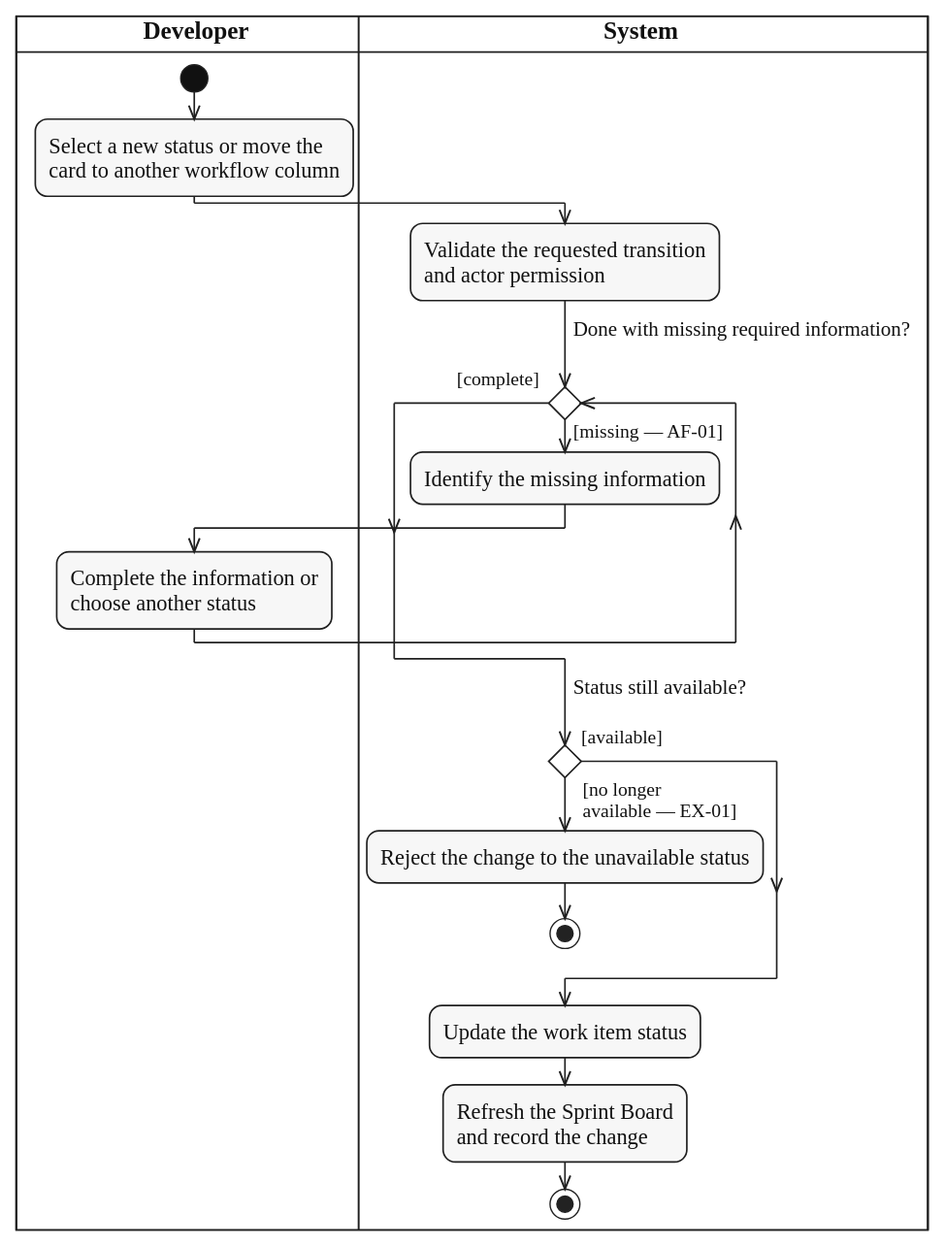
The PlantUML diagram diagrams/activity/sprint-work/svg/UC-WORK-ITEM-STATUS-UPDATE.svg in lukenab/swd392-doc-automation, before a commit. Its source is kept beside it as diagrams/activity/sprint-work/source/UC-WORK-ITEM-STATUS-UPDATE.puml.
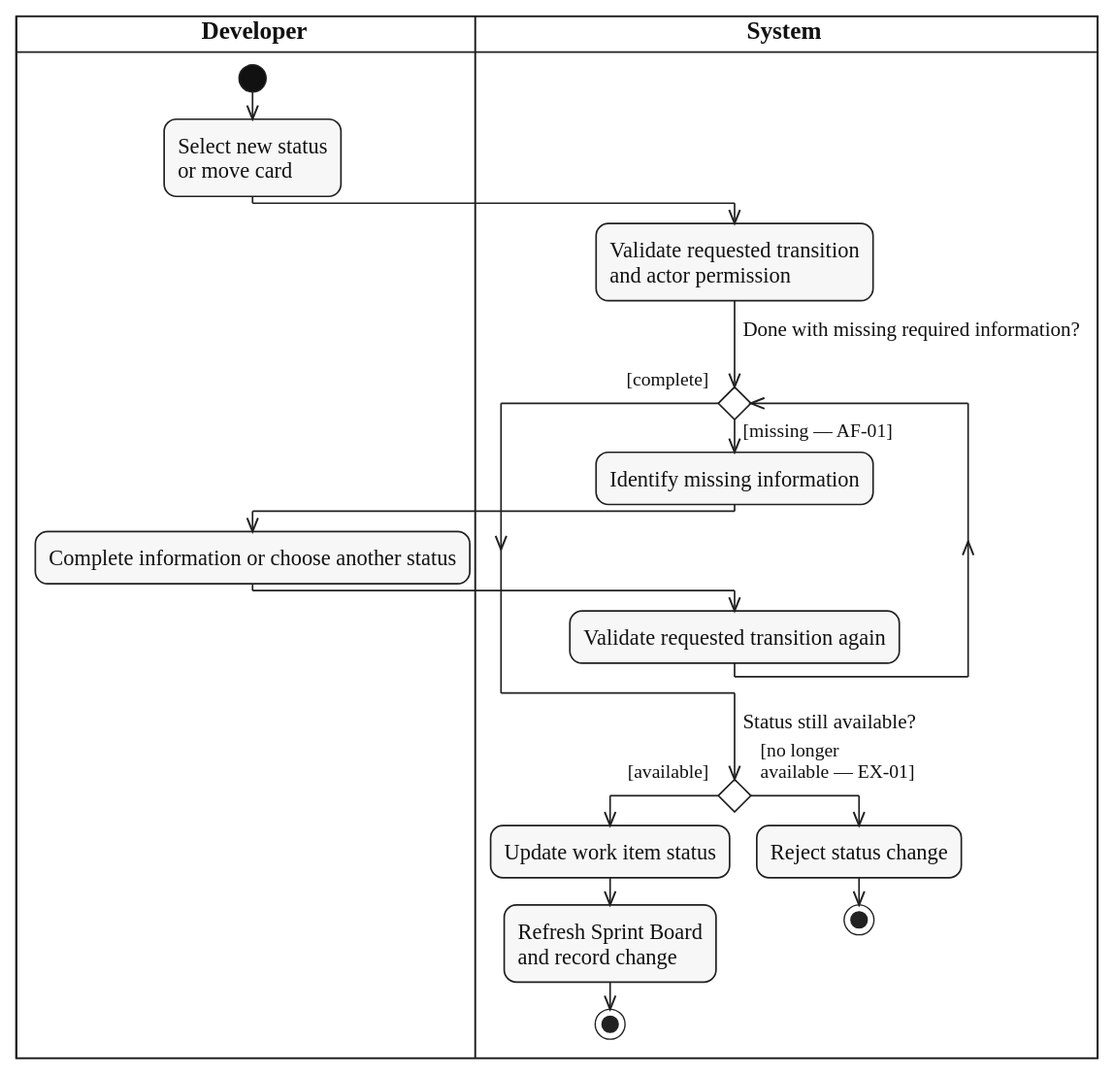
Later version of the same file.

Change to the diagram source:
```diff
@@ -5,25 +5,25 @@
 
 |DEV|
 start
-:Select a new status or move the
-card to another workflow column;
+:Select new status
+or move card;
 |SYS|
-:Validate the requested transition
+:Validate requested transition
 and actor permission;
 while ($question("Done with missing required information?")) is ($guard_left("[missing — AF-01]"))
-  :Identify the missing information;
+  :Identify missing information;
   |DEV|
-  :Complete the information or
-  choose another status;
+  :Complete information or choose another status;
   |SYS|
+  :Validate requested transition again;
 endwhile ($guard("[complete]"))
 if ($question("Status still available?")) then ($guard_left("[available]"))
+  :Update work item status;
+  :Refresh Sprint Board
+  and record change;
+  stop
 else ($guard_right("[no longer", "available — EX-01]"))
-  :Reject the change to the unavailable status;
+  :Reject status change;
   stop
 endif
-:Update the work item status;
-:Refresh the Sprint Board
-and record the change;
-stop
 @enduml
```
